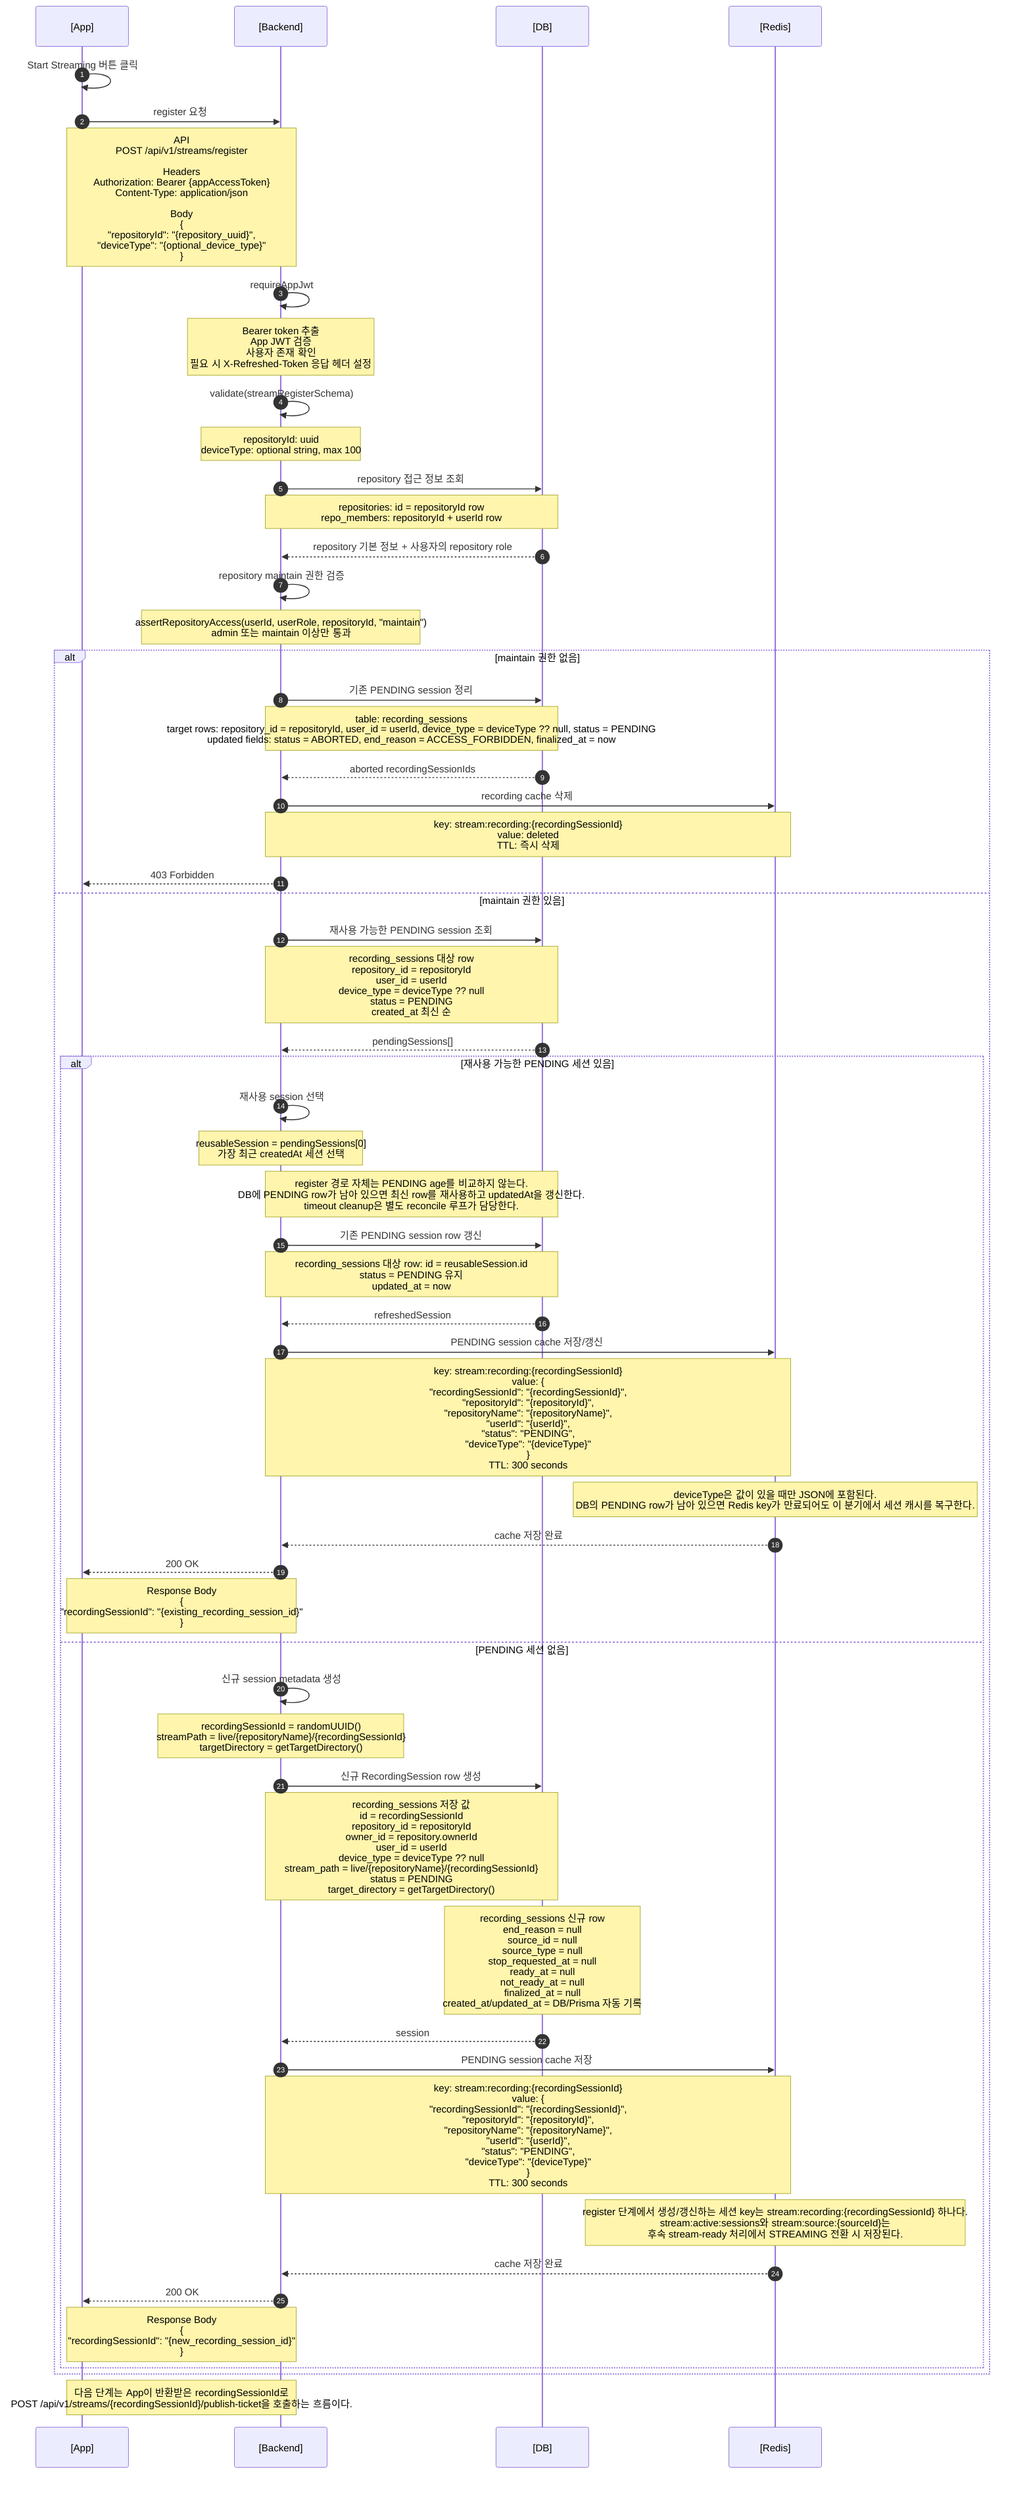
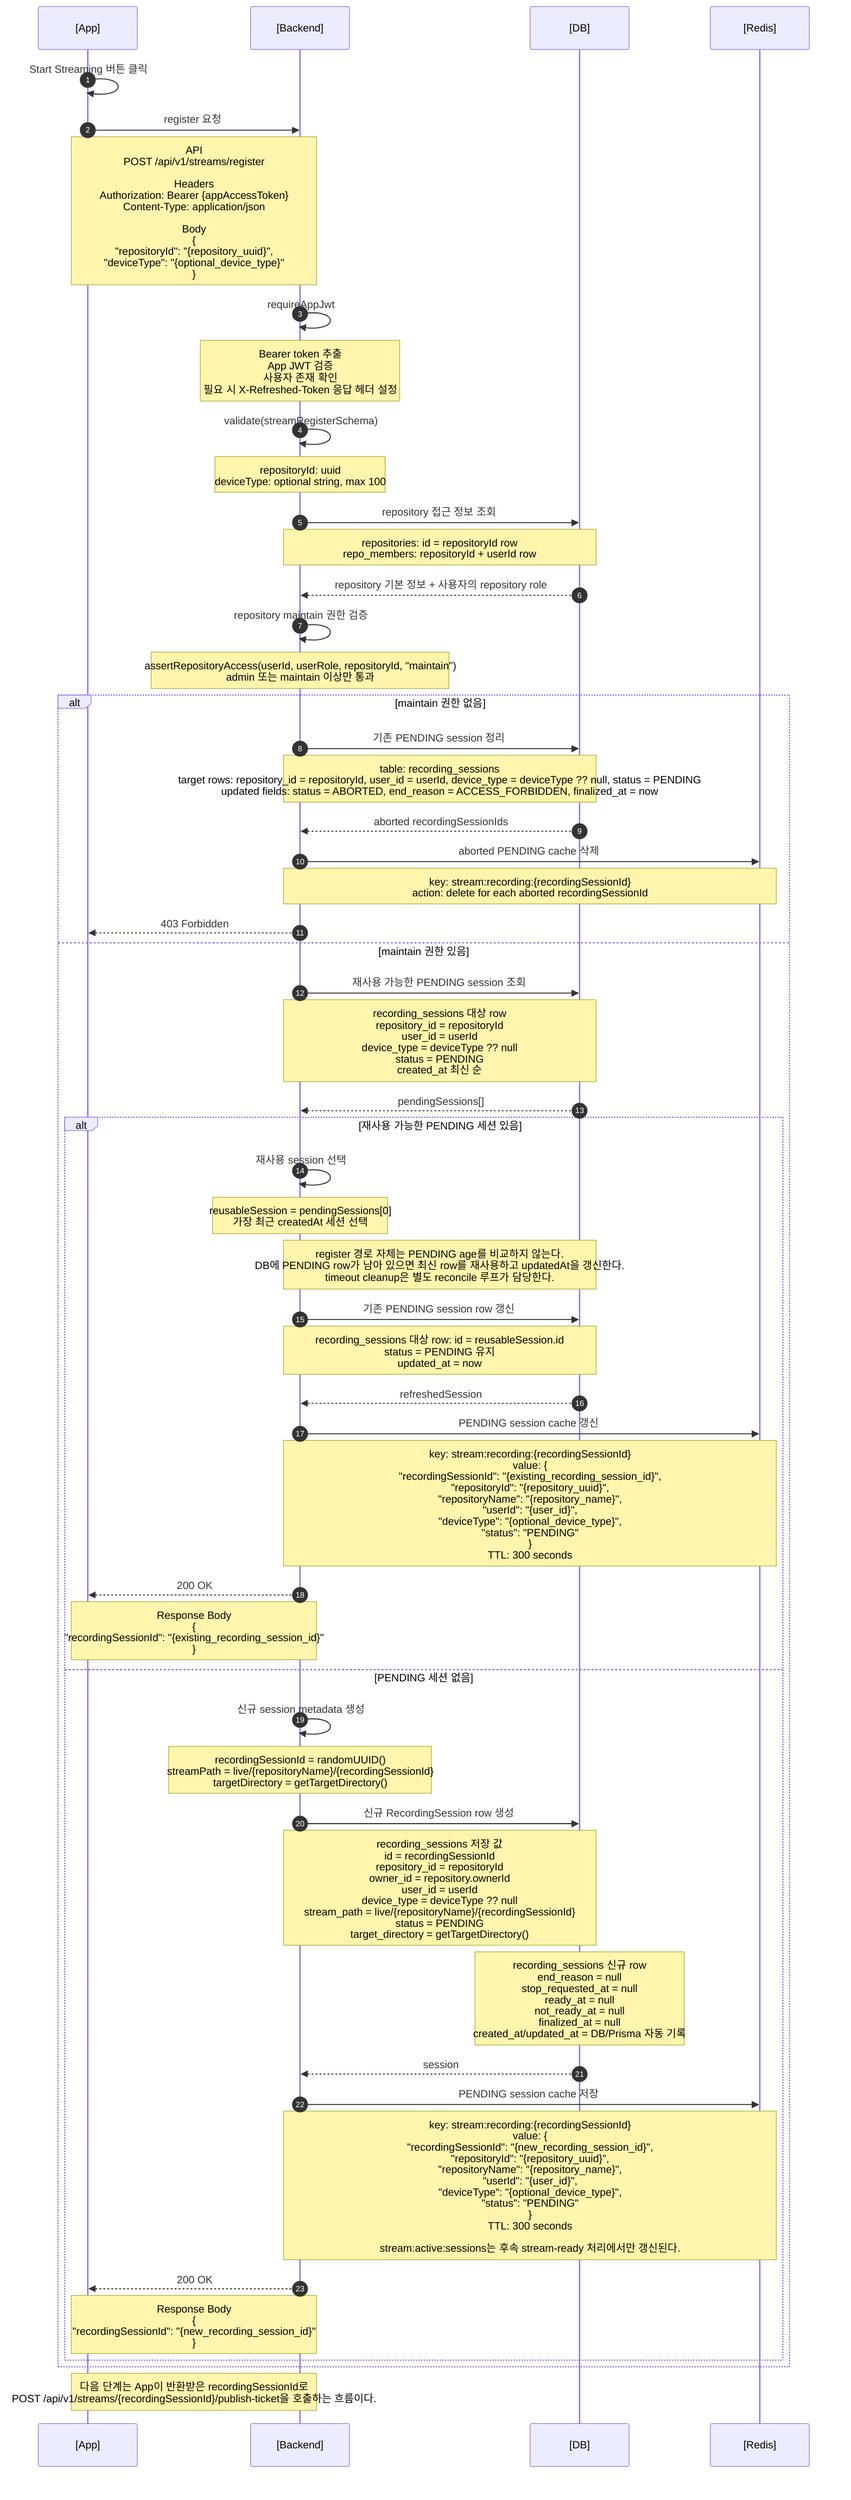
sequenceDiagram
  autonumber
  participant App as [App]
  participant Backend as [Backend]
  participant DB as [DB]
  participant Redis as [Redis]

  App->>App: Start Streaming 버튼 클릭
  App->>Backend: register 요청
  Note over App,Backend: API<br/>POST /api/v1/streams/register<br/><br/>Headers<br/>Authorization: Bearer {appAccessToken}<br/>Content-Type: application/json<br/><br/>Body<br/>{<br/>  "repositoryId": "{repository_uuid}",<br/>  "deviceType": "{optional_device_type}"<br/>}

  Backend->>Backend: requireAppJwt
  Note over Backend: Bearer token 추출<br/>App JWT 검증<br/>사용자 존재 확인<br/>필요 시 X-Refreshed-Token 응답 헤더 설정
  Backend->>Backend: validate(streamRegisterSchema)
  Note over Backend: repositoryId: uuid<br/>deviceType: optional string, max 100

  Backend->>DB: repository 접근 정보 조회
  Note over Backend,DB: repositories: id = repositoryId row<br/>repo_members: repositoryId + userId row
  DB-->>Backend: repository 기본 정보 + 사용자의 repository role
  Backend->>Backend: repository maintain 권한 검증
  Note over Backend: assertRepositoryAccess(userId, userRole, repositoryId, "maintain")<br/>admin 또는 maintain 이상만 통과

  alt maintain 권한 없음
    Backend->>DB: 기존 PENDING session 정리
    Note over Backend,DB: table: recording_sessions<br/>target rows: repository_id = repositoryId, user_id = userId, device_type = deviceType ?? null, status = PENDING<br/>updated fields: status = ABORTED, end_reason = ACCESS_FORBIDDEN, finalized_at = now
    DB-->>Backend: aborted recordingSessionIds
-     Backend->>Redis: recording cache 삭제
-     Note over Backend,Redis: key: stream:recording:{recordingSessionId}<br/>value: deleted<br/>TTL: 즉시 삭제
+     Backend->>Redis: aborted PENDING cache 삭제
+     Note over Backend,Redis: key: stream:recording:{recordingSessionId}<br/>action: delete for each aborted recordingSessionId
    Backend-->>App: 403 Forbidden
  else maintain 권한 있음
    Backend->>DB: 재사용 가능한 PENDING session 조회
    Note over Backend,DB: recording_sessions 대상 row<br/>repository_id = repositoryId<br/>user_id = userId<br/>device_type = deviceType ?? null<br/>status = PENDING<br/>created_at 최신 순
    DB-->>Backend: pendingSessions[]

    alt 재사용 가능한 PENDING 세션 있음
      Backend->>Backend: 재사용 session 선택
      Note over Backend: reusableSession = pendingSessions[0]<br/>가장 최근 createdAt 세션 선택
      Note over Backend,DB: register 경로 자체는 PENDING age를 비교하지 않는다.<br/>DB에 PENDING row가 남아 있으면 최신 row를 재사용하고 updatedAt을 갱신한다.<br/>timeout cleanup은 별도 reconcile 루프가 담당한다.
      Backend->>DB: 기존 PENDING session row 갱신
      Note over Backend,DB: recording_sessions 대상 row: id = reusableSession.id<br/>status = PENDING 유지<br/>updated_at = now
      DB-->>Backend: refreshedSession
-       Backend->>Redis: PENDING session cache 저장/갱신
-       Note over Backend,Redis: key: stream:recording:{recordingSessionId}<br/>value: {<br/>  "recordingSessionId": "{recordingSessionId}",<br/>  "repositoryId": "{repositoryId}",<br/>  "repositoryName": "{repositoryName}",<br/>  "userId": "{userId}",<br/>  "status": "PENDING",<br/>  "deviceType": "{deviceType}"<br/>}<br/>TTL: 300 seconds
-       Note over Redis: deviceType은 값이 있을 때만 JSON에 포함된다.<br/>DB의 PENDING row가 남아 있으면 Redis key가 만료되어도 이 분기에서 세션 캐시를 복구한다.
-       Redis-->>Backend: cache 저장 완료
+       Backend->>Redis: PENDING session cache 갱신
+       Note over Backend,Redis: key: stream:recording:{recordingSessionId}<br/>value: {<br/>  "recordingSessionId": "{existing_recording_session_id}",<br/>  "repositoryId": "{repository_uuid}",<br/>  "repositoryName": "{repository_name}",<br/>  "userId": "{user_id}",<br/>  "deviceType": "{optional_device_type}",<br/>  "status": "PENDING"<br/>}<br/>TTL: 300 seconds
      Backend-->>App: 200 OK
      Note over App,Backend: Response Body<br/>{<br/>  "recordingSessionId": "{existing_recording_session_id}"<br/>}
    else PENDING 세션 없음
      Backend->>Backend: 신규 session metadata 생성
      Note over Backend: recordingSessionId = randomUUID()<br/>streamPath = live/{repositoryName}/{recordingSessionId}<br/>targetDirectory = getTargetDirectory()
      Backend->>DB: 신규 RecordingSession row 생성
      Note over Backend,DB: recording_sessions 저장 값<br/>id = recordingSessionId<br/>repository_id = repositoryId<br/>owner_id = repository.ownerId<br/>user_id = userId<br/>device_type = deviceType ?? null<br/>stream_path = live/{repositoryName}/{recordingSessionId}<br/>status = PENDING<br/>target_directory = getTargetDirectory()
-       Note over DB: recording_sessions 신규 row<br/>end_reason = null<br/>source_id = null<br/>source_type = null<br/>stop_requested_at = null<br/>ready_at = null<br/>not_ready_at = null<br/>finalized_at = null<br/>created_at/updated_at = DB/Prisma 자동 기록
+       Note over DB: recording_sessions 신규 row<br/>end_reason = null<br/>stop_requested_at = null<br/>ready_at = null<br/>not_ready_at = null<br/>finalized_at = null<br/>created_at/updated_at = DB/Prisma 자동 기록
      DB-->>Backend: session
      Backend->>Redis: PENDING session cache 저장
-       Note over Backend,Redis: key: stream:recording:{recordingSessionId}<br/>value: {<br/>  "recordingSessionId": "{recordingSessionId}",<br/>  "repositoryId": "{repositoryId}",<br/>  "repositoryName": "{repositoryName}",<br/>  "userId": "{userId}",<br/>  "status": "PENDING",<br/>  "deviceType": "{deviceType}"<br/>}<br/>TTL: 300 seconds
-       Note over Redis: register 단계에서 생성/갱신하는 세션 key는 stream:recording:{recordingSessionId} 하나다.<br/>stream:active:sessions와 stream:source:{sourceId}는<br/>후속 stream-ready 처리에서 STREAMING 전환 시 저장된다.
-       Redis-->>Backend: cache 저장 완료
+       Note over Backend,Redis: key: stream:recording:{recordingSessionId}<br/>value: {<br/>  "recordingSessionId": "{new_recording_session_id}",<br/>  "repositoryId": "{repository_uuid}",<br/>  "repositoryName": "{repository_name}",<br/>  "userId": "{user_id}",<br/>  "deviceType": "{optional_device_type}",<br/>  "status": "PENDING"<br/>}<br/>TTL: 300 seconds<br/><br/>stream:active:sessions는 후속 stream-ready 처리에서만 갱신된다.
      Backend-->>App: 200 OK
      Note over App,Backend: Response Body<br/>{<br/>  "recordingSessionId": "{new_recording_session_id}"<br/>}
    end
  end

  Note over App,Backend: 다음 단계는 App이 반환받은 recordingSessionId로<br/>POST /api/v1/streams/{recordingSessionId}/publish-ticket을 호출하는 흐름이다.
